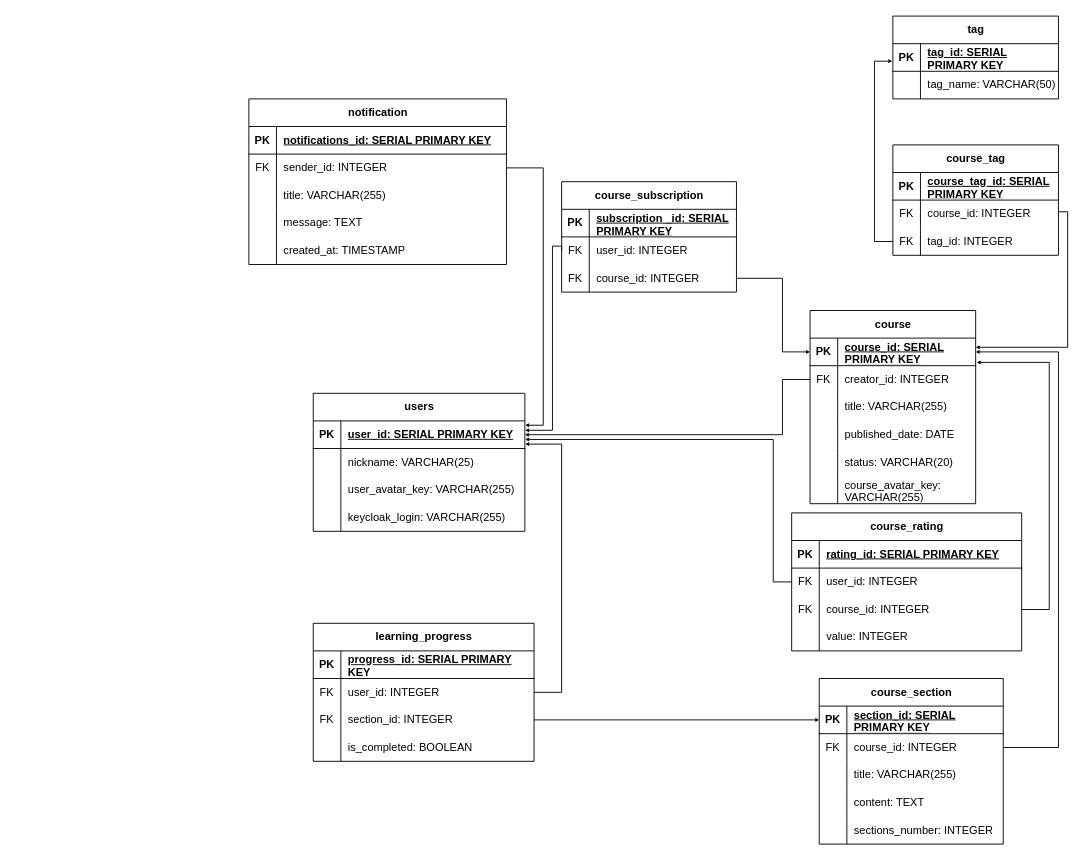
This is diagrams/Физическая модель базы данных (Physical database model)/Физическая модель БД.drawio from sahland/9.5-Team, a draw.io file, before an edit. Source tidied: cells renumbered, new cells numbered last; positions are measured from the earlier drawing's top-left corner, leaving out a move shared by most shapes. Both pictures are drawn from the tidied source at 92%, with x=0, y=0 at pixel (248, 16).
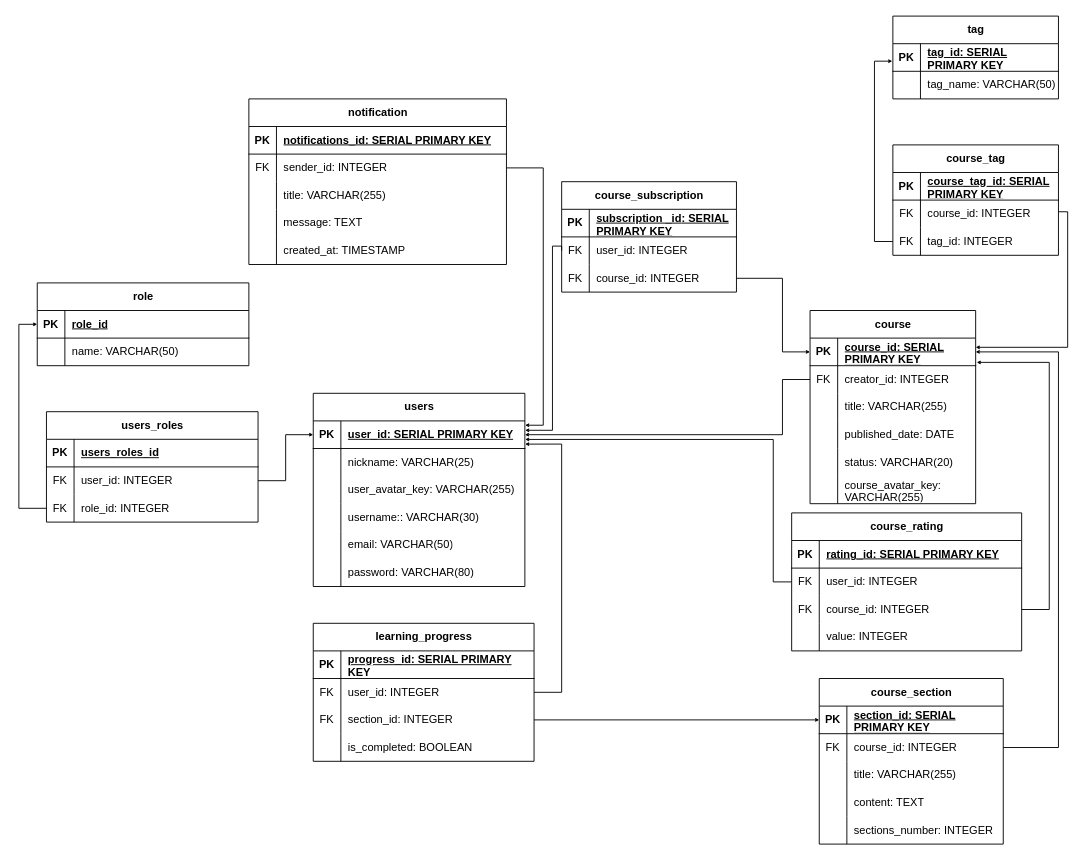
Above is the later version.

The change refers to these unchanged cells:
```xml
<mxCell id="3" style="shape=tableRow;horizontal=0;startSize=0;swimlaneHead=0;swimlaneBody=0;fillColor=none;points=[[0,0.5],[1,0.5]];portConstraint=eastwest;top=0;left=0;right=0;bottom=1;" parent="2" vertex="1">
  <mxGeometry y="30" width="230" height="30" as="geometry" />
</mxCell>
<mxCell id="12" style="shape=tableRow;horizontal=0;startSize=0;swimlaneHead=0;swimlaneBody=0;fillColor=none;top=0;left=0;right=0;bottom=0;" parent="2" vertex="1">
  <mxGeometry y="120" width="230" height="30" as="geometry" />
</mxCell>
```

What changed in the source:
```diff
@@
     <mxCell id="2" value="users" style="shape=table;startSize=30;childLayout=tableLayout;rowLines=0;fontStyle=1;align=center;html=1;" parent="1" vertex="1">
-      <mxGeometry x="70" y="410" width="230" height="150" as="geometry" />
+      <mxGeometry x="70" y="410" width="230" height="210" as="geometry" />
     </mxCell>
@@
-    <mxCell id="14" value="keycloak_login: VARCHAR(255)" style="shape=partialRectangle;fillColor=none;top=0;left=0;bottom=0;right=0;align=left;spacingLeft=6;overflow=hidden;whiteSpace=wrap;html=1;" parent="12" vertex="1">
+    <mxCell id="14" value="username:: VARCHAR(30)" style="shape=partialRectangle;fillColor=none;top=0;left=0;bottom=0;right=0;align=left;spacingLeft=6;overflow=hidden;whiteSpace=wrap;html=1;" parent="12" vertex="1">
       <mxGeometry x="30" width="200" height="30" as="geometry" />
     </mxCell>
+    <mxCell id="130" style="shape=tableRow;horizontal=0;startSize=0;swimlaneHead=0;swimlaneBody=0;fillColor=none;top=0;left=0;right=0;bottom=0;" parent="2" vertex="1">
+      <mxGeometry y="150" width="230" height="30" as="geometry" />
+    </mxCell>
+    <mxCell id="131" style="shape=partialRectangle;fillColor=none;top=0;left=0;bottom=0;right=0;overflow=hidden;whiteSpace=wrap;html=1;" parent="130" vertex="1">
+      <mxGeometry width="30" height="30" as="geometry" />
+    </mxCell>
+    <mxCell id="132" value="email: VARCHAR(50)" style="shape=partialRectangle;fillColor=none;top=0;left=0;bottom=0;right=0;align=left;spacingLeft=6;overflow=hidden;whiteSpace=wrap;html=1;" parent="130" vertex="1">
+      <mxGeometry x="30" width="200" height="30" as="geometry" />
+    </mxCell>
+    <mxCell id="133" style="shape=tableRow;horizontal=0;startSize=0;swimlaneHead=0;swimlaneBody=0;fillColor=none;top=0;left=0;right=0;bottom=0;" parent="2" vertex="1">
+      <mxGeometry y="180" width="230" height="30" as="geometry" />
+    </mxCell>
+    <mxCell id="134" style="shape=partialRectangle;fillColor=none;top=0;left=0;bottom=0;right=0;overflow=hidden;whiteSpace=wrap;html=1;" parent="133" vertex="1">
+      <mxGeometry width="30" height="30" as="geometry" />
+    </mxCell>
+    <mxCell id="135" value="password: VARCHAR(80)" style="shape=partialRectangle;fillColor=none;top=0;left=0;bottom=0;right=0;align=left;spacingLeft=6;overflow=hidden;whiteSpace=wrap;html=1;" parent="133" vertex="1">
+      <mxGeometry x="30" width="200" height="30" as="geometry" />
+    </mxCell>
@@
+    <mxCell id="136" value="role" style="shape=table;startSize=30;childLayout=tableLayout;rowLines=0;fontStyle=1;align=center;html=1;" parent="1" vertex="1">
+      <mxGeometry x="-230" y="290" width="230" height="90" as="geometry" />
+    </mxCell>
+    <mxCell id="137" style="shape=tableRow;horizontal=0;startSize=0;swimlaneHead=0;swimlaneBody=0;fillColor=none;points=[[0,0.5],[1,0.5]];portConstraint=eastwest;top=0;left=0;right=0;bottom=1;" parent="136" vertex="1">
+      <mxGeometry y="30" width="230" height="30" as="geometry" />
+    </mxCell>
+    <mxCell id="138" value="PK" style="shape=partialRectangle;fillColor=none;top=0;left=0;bottom=0;right=0;fontStyle=1;overflow=hidden;whiteSpace=wrap;html=1;" parent="137" vertex="1">
+      <mxGeometry width="30" height="30" as="geometry" />
+    </mxCell>
+    <mxCell id="139" value="role_id" style="shape=partialRectangle;fillColor=none;top=0;left=0;bottom=0;right=0;align=left;spacingLeft=6;fontStyle=5;overflow=hidden;whiteSpace=wrap;html=1;" parent="137" vertex="1">
+      <mxGeometry x="30" width="200" height="30" as="geometry" />
+    </mxCell>
+    <mxCell id="140" style="shape=tableRow;horizontal=0;startSize=0;swimlaneHead=0;swimlaneBody=0;fillColor=none;top=0;left=0;right=0;bottom=0;" parent="136" vertex="1">
+      <mxGeometry y="60" width="230" height="30" as="geometry" />
+    </mxCell>
+    <mxCell id="141" style="shape=partialRectangle;fillColor=none;top=0;left=0;bottom=0;right=0;overflow=hidden;whiteSpace=wrap;html=1;" parent="140" vertex="1">
+      <mxGeometry width="30" height="30" as="geometry" />
+    </mxCell>
+    <mxCell id="142" value="name: VARCHAR(50)" style="shape=partialRectangle;fillColor=none;top=0;left=0;bottom=0;right=0;align=left;spacingLeft=6;overflow=hidden;whiteSpace=wrap;html=1;" parent="140" vertex="1">
+      <mxGeometry x="30" width="200" height="30" as="geometry" />
+    </mxCell>
+    <mxCell id="143" value="users_roles" style="shape=table;startSize=30;childLayout=tableLayout;rowLines=0;fontStyle=1;align=center;html=1;" parent="1" vertex="1">
+      <mxGeometry x="-220" y="430" width="230" height="120" as="geometry" />
+    </mxCell>
+    <mxCell id="144" style="shape=tableRow;horizontal=0;startSize=0;swimlaneHead=0;swimlaneBody=0;fillColor=none;top=0;left=0;right=0;bottom=1;" parent="143" vertex="1">
+      <mxGeometry y="30" width="230" height="30" as="geometry" />
+    </mxCell>
+    <mxCell id="145" value="PK" style="shape=partialRectangle;fillColor=none;top=0;left=0;bottom=0;right=0;fontStyle=1;overflow=hidden;whiteSpace=wrap;html=1;" parent="144" vertex="1">
+      <mxGeometry width="30" height="30" as="geometry" />
+    </mxCell>
+    <mxCell id="146" value="users_roles_id" style="shape=partialRectangle;fillColor=none;top=0;left=0;bottom=0;right=0;align=left;spacingLeft=6;fontStyle=5;overflow=hidden;whiteSpace=wrap;html=1;" parent="144" vertex="1">
+      <mxGeometry x="30" width="200" height="30" as="geometry" />
+    </mxCell>
+    <mxCell id="147" style="shape=tableRow;horizontal=0;startSize=0;swimlaneHead=0;swimlaneBody=0;fillColor=none;points=[[0,0.5],[1,0.5]];portConstraint=eastwest;top=0;left=0;right=0;bottom=0;" parent="143" vertex="1">
+      <mxGeometry y="60" width="230" height="30" as="geometry" />
+    </mxCell>
+    <mxCell id="148" value="FK" style="shape=partialRectangle;fillColor=none;top=0;left=0;bottom=0;right=0;overflow=hidden;whiteSpace=wrap;html=1;" parent="147" vertex="1">
+      <mxGeometry width="30" height="30" as="geometry" />
+    </mxCell>
+    <mxCell id="149" value="user_id: INTEGER" style="shape=partialRectangle;fillColor=none;top=0;left=0;bottom=0;right=0;align=left;spacingLeft=6;overflow=hidden;whiteSpace=wrap;html=1;" parent="147" vertex="1">
+      <mxGeometry x="30" width="200" height="30" as="geometry" />
+    </mxCell>
+    <mxCell id="150" style="shape=tableRow;horizontal=0;startSize=0;swimlaneHead=0;swimlaneBody=0;fillColor=none;points=[[0,0.5],[1,0.5]];portConstraint=eastwest;top=0;left=0;right=0;bottom=0;" parent="143" vertex="1">
+      <mxGeometry y="90" width="230" height="30" as="geometry" />
+    </mxCell>
+    <mxCell id="151" value="FK" style="shape=partialRectangle;fillColor=none;top=0;left=0;bottom=0;right=0;overflow=hidden;whiteSpace=wrap;html=1;" parent="150" vertex="1">
+      <mxGeometry width="30" height="30" as="geometry" />
+    </mxCell>
+    <mxCell id="152" value="role_id: INTEGER" style="shape=partialRectangle;fillColor=none;top=0;left=0;bottom=0;right=0;align=left;spacingLeft=6;overflow=hidden;whiteSpace=wrap;html=1;" parent="150" vertex="1">
+      <mxGeometry x="30" width="200" height="30" as="geometry" />
+    </mxCell>
+    <mxCell id="153" style="edgeStyle=orthogonalEdgeStyle;rounded=0;jettySize=auto;html=1;entryX=0;entryY=0.5;entryDx=0;entryDy=0;endSize=2;" parent="1" edge="1" source="147" target="3">
+      <mxGeometry relative="1" as="geometry" />
+    </mxCell>
+    <mxCell id="154" style="edgeStyle=orthogonalEdgeStyle;rounded=0;jettySize=auto;html=1;entryX=0;entryY=0.5;entryDx=0;entryDy=0;startSize=6;endSize=2;" parent="1" edge="1" source="150" target="137">
+      <mxGeometry relative="1" as="geometry">
+        <Array as="points">
+          <mxPoint x="-250" y="535" />
+          <mxPoint x="-250" y="335" />
+        </Array>
+      </mxGeometry>
+    </mxCell>
```
